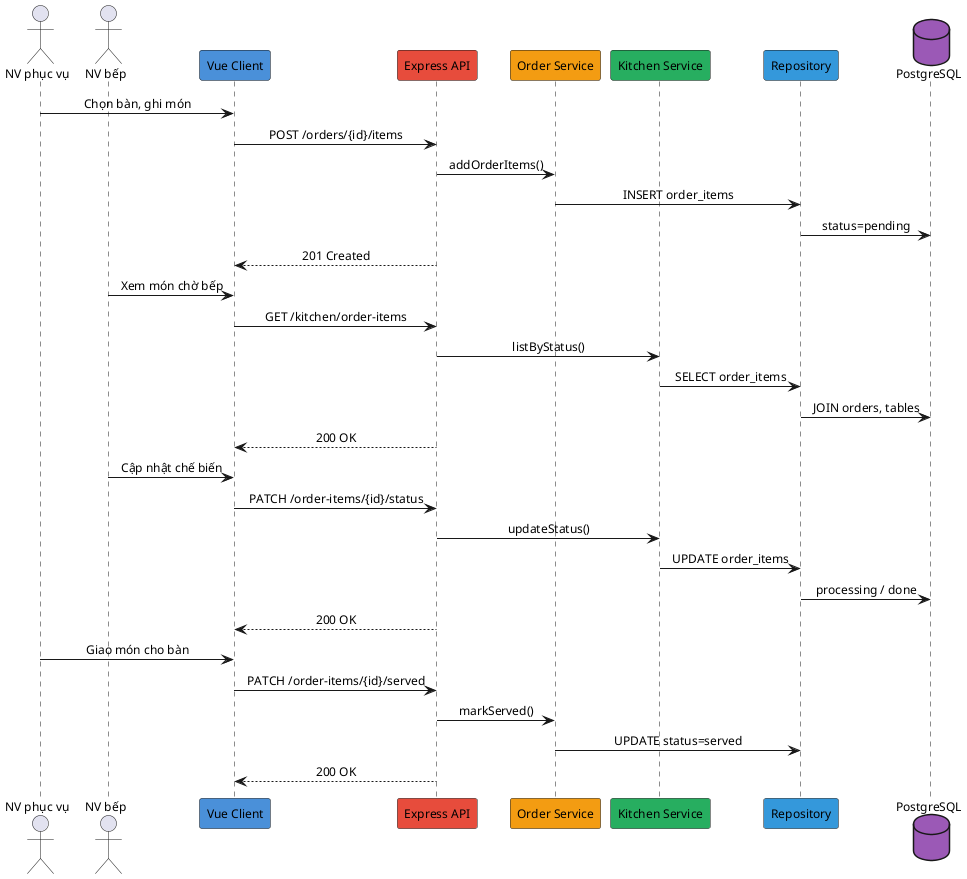
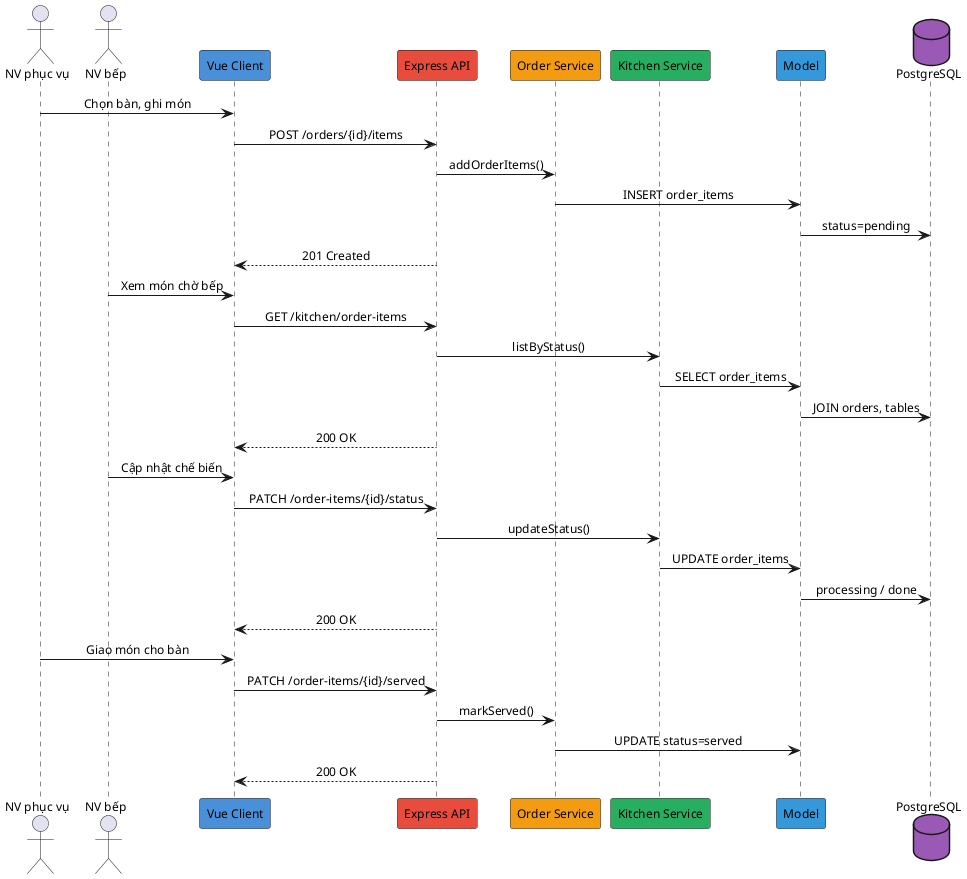
@startuml
skinparam defaultFontSize 12
skinparam sequenceMessageAlign center

actor "NV phục vụ" as W
actor "NV bếp" as K
participant "Vue Client" as FE #4A90D9
participant "Express API" as API #E74C3C
participant "Order Service" as SVC #F39C12
participant "Kitchen Service" as KIT #27AE60
- participant "Repository" as REPO #3498DB
+ participant "Model" as MODEL #3498DB
database "PostgreSQL" as DB #9B59B6

W -> FE : Chọn bàn, ghi món
FE -> API : POST /orders/{id}/items
API -> SVC : addOrderItems()
- SVC -> REPO : INSERT order_items
- REPO -> DB : status=pending
+ SVC -> MODEL : INSERT order_items
+ MODEL -> DB : status=pending
API --> FE : 201 Created

K -> FE : Xem món chờ bếp
FE -> API : GET /kitchen/order-items
API -> KIT : listByStatus()
- KIT -> REPO : SELECT order_items
- REPO -> DB : JOIN orders, tables
+ KIT -> MODEL : SELECT order_items
+ MODEL -> DB : JOIN orders, tables
API --> FE : 200 OK

K -> FE : Cập nhật chế biến
FE -> API : PATCH /order-items/{id}/status
API -> KIT : updateStatus()
- KIT -> REPO : UPDATE order_items
- REPO -> DB : processing / done
+ KIT -> MODEL : UPDATE order_items
+ MODEL -> DB : processing / done
API --> FE : 200 OK

W -> FE : Giao món cho bàn
FE -> API : PATCH /order-items/{id}/served
API -> SVC : markServed()
- SVC -> REPO : UPDATE status=served
+ SVC -> MODEL : UPDATE status=served
API --> FE : 200 OK

@enduml
